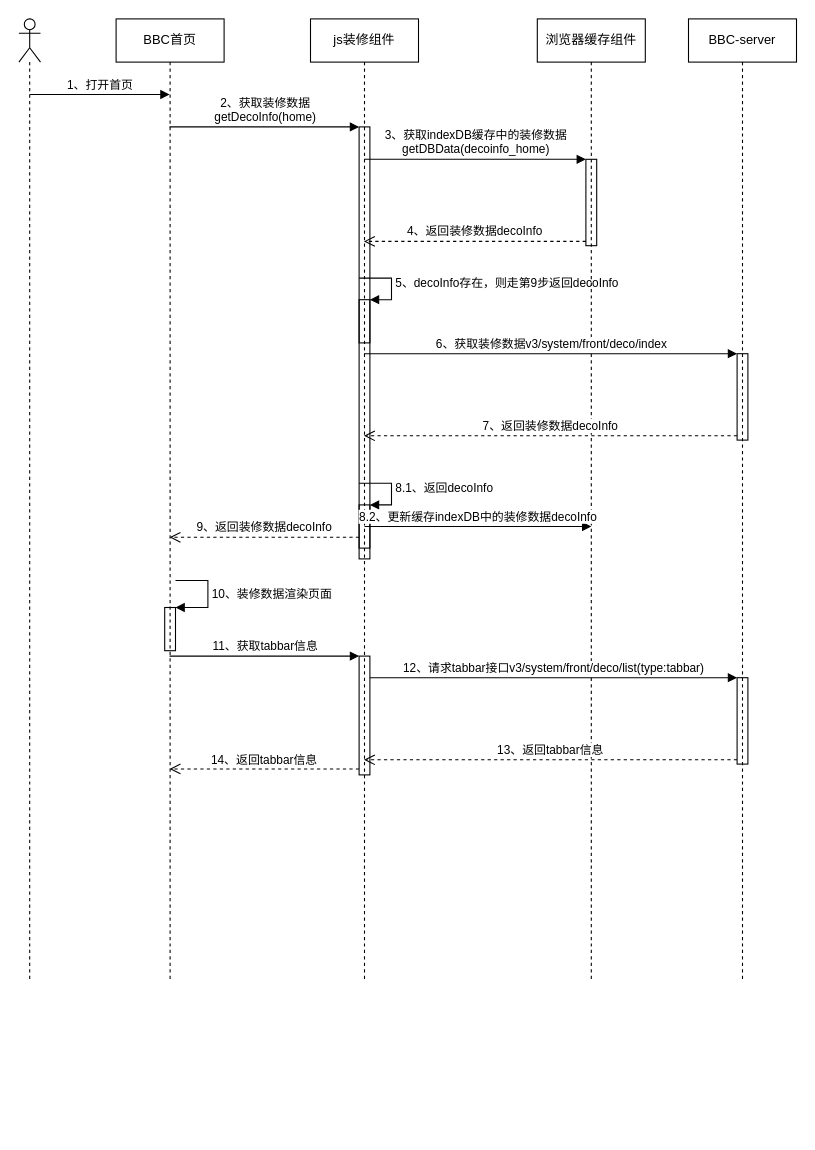
huturenji/drawio keeps this draw.io diagram as page "BBC首页加载流程" (4 of 5) of B+流程图.drawio. Above is the earlier version. Source tidied: cells renumbered, new cells numbered last; positions are measured from the earlier drawing's top-left corner, leaving out a move shared by most shapes. Both pictures are drawn from the tidied source at 108%, with x=0, y=0 at pixel (18, 18).
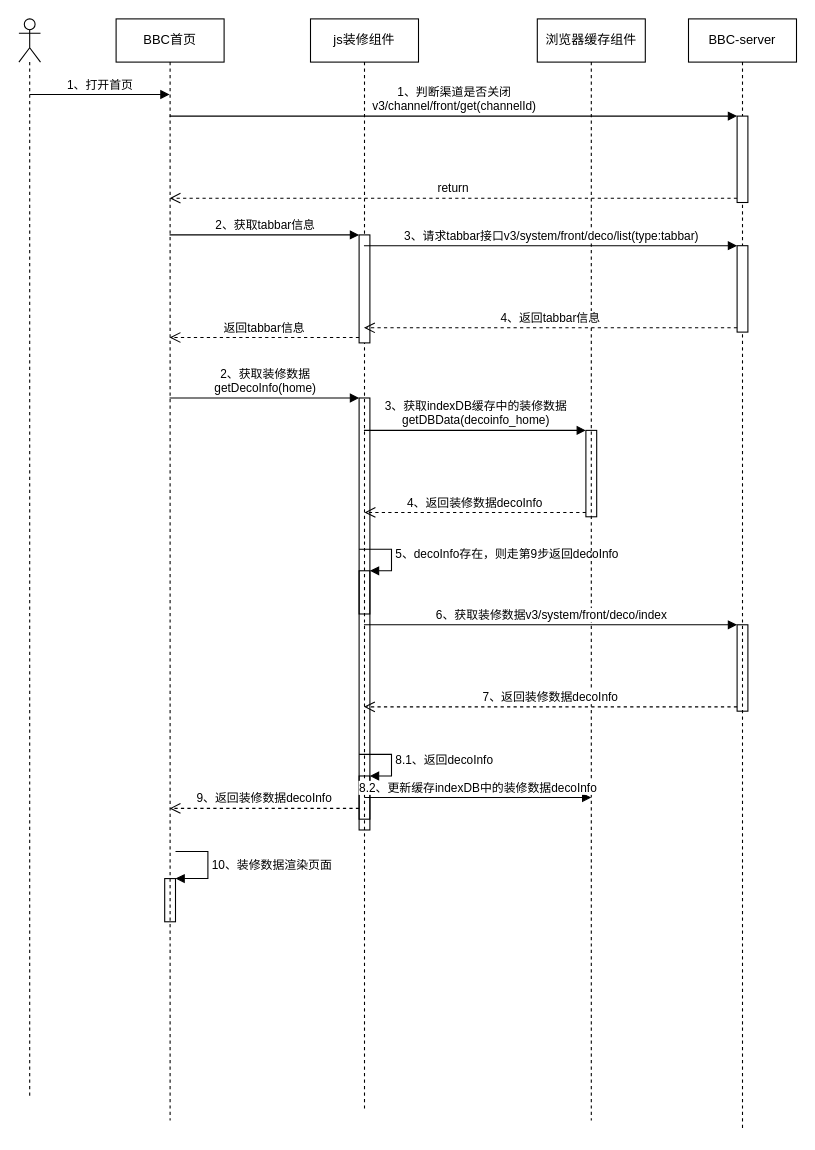
The same page after the edit.

Commit message:
更新B+流程图.drawio

Diff of the diagram source:
```diff
@@
     <mxCell id="2" style="shape=umlLifeline;participant=umlActor;perimeter=lifelinePerimeter;whiteSpace=wrap;html=1;verticalAlign=top;spacingTop=36;fillColor=none;" parent="1" vertex="1">
-      <mxGeometry width="20" height="890" as="geometry" />
+      <mxGeometry width="20" height="1000" as="geometry" />
     </mxCell>
@@
     <mxCell id="4" value="BBC首页" style="shape=umlLifeline;perimeter=lifelinePerimeter;whiteSpace=wrap;html=1;outlineConnect=0;fillColor=none;" parent="1" vertex="1">
-      <mxGeometry x="90" width="100" height="890" as="geometry" />
+      <mxGeometry x="90" width="100" height="1020" as="geometry" />
     </mxCell>
     <mxCell id="5" style="html=1;points=[];perimeter=orthogonalPerimeter;fillColor=none;" parent="4" vertex="1">
-      <mxGeometry x="45" y="545" width="10" height="40" as="geometry" />
+      <mxGeometry x="45" y="796" width="10" height="40" as="geometry" />
     </mxCell>
     <mxCell id="6" value="10、装修数据渲染页面" style="edgeStyle=orthogonalEdgeStyle;html=1;align=left;spacingLeft=2;endArrow=block;rounded=0;entryX=1;entryY=0;" parent="4" edge="1" target="5">
       <mxGeometry relative="1" as="geometry">
-        <mxPoint x="55" y="520" as="sourcePoint" />
+        <mxPoint x="55" y="771" as="sourcePoint" />
         <Array as="points">
-          <mxPoint x="85" y="520" />
+          <mxPoint x="85" y="771" />
         </Array>
       </mxGeometry>
     </mxCell>
     <mxCell id="7" value="js装修组件" style="shape=umlLifeline;perimeter=lifelinePerimeter;whiteSpace=wrap;html=1;outlineConnect=0;fillColor=none;" parent="1" vertex="1">
-      <mxGeometry x="270" width="100" height="890" as="geometry" />
+      <mxGeometry x="270" width="100" height="1010" as="geometry" />
     </mxCell>
     <mxCell id="8" style="html=1;points=[];perimeter=orthogonalPerimeter;fillColor=none;" parent="7" vertex="1">
-      <mxGeometry x="45" y="100" width="10" height="400" as="geometry" />
+      <mxGeometry x="45" y="351" width="10" height="400" as="geometry" />
     </mxCell>
     <mxCell id="9" style="html=1;points=[];perimeter=orthogonalPerimeter;fillColor=none;" parent="7" vertex="1">
-      <mxGeometry x="45" y="260" width="10" height="40" as="geometry" />
+      <mxGeometry x="45" y="511" width="10" height="40" as="geometry" />
     </mxCell>
     <mxCell id="10" value="5、decoInfo存在，则走第9步返回decoInfo" style="edgeStyle=orthogonalEdgeStyle;html=1;align=left;spacingLeft=2;endArrow=block;rounded=0;entryX=1;entryY=0;" parent="7" edge="1" target="9">
       <mxGeometry relative="1" as="geometry">
-        <mxPoint x="45" y="240" as="sourcePoint" />
+        <mxPoint x="45" y="491" as="sourcePoint" />
         <Array as="points">
-          <mxPoint x="75" y="240" />
+          <mxPoint x="75" y="491" />
         </Array>
       </mxGeometry>
     </mxCell>
     <mxCell id="11" style="html=1;points=[];perimeter=orthogonalPerimeter;fillColor=none;" parent="7" vertex="1">
-      <mxGeometry x="45" y="450" width="10" height="40" as="geometry" />
+      <mxGeometry x="45" y="701" width="10" height="40" as="geometry" />
     </mxCell>
     <mxCell id="12" value="8.1、返回decoInfo" style="edgeStyle=orthogonalEdgeStyle;html=1;align=left;spacingLeft=2;endArrow=block;rounded=0;entryX=1;entryY=0;" parent="7" edge="1" target="11">
       <mxGeometry relative="1" as="geometry">
-        <mxPoint x="45" y="430" as="sourcePoint" />
+        <mxPoint x="45" y="681" as="sourcePoint" />
         <Array as="points">
-          <mxPoint x="75" y="430" />
+          <mxPoint x="75" y="681" />
         </Array>
       </mxGeometry>
     </mxCell>
-    <mxCell id="13" style="html=1;points=[];perimeter=orthogonalPerimeter;fillColor=none;" parent="7" vertex="1">
-      <mxGeometry x="45" y="590" width="10" height="110" as="geometry" />
-    </mxCell>
+    <mxCell id="30" style="html=1;points=[];perimeter=orthogonalPerimeter;" parent="7" vertex="1">
+      <mxGeometry x="45" y="200" width="10" height="100" as="geometry" />
+    </mxCell>
     <mxCell id="14" value="BBC-server" style="shape=umlLifeline;perimeter=lifelinePerimeter;whiteSpace=wrap;html=1;fillColor=none;" parent="1" vertex="1">
-      <mxGeometry x="620" width="100" height="890" as="geometry" />
+      <mxGeometry x="620" width="100" height="1030" as="geometry" />
     </mxCell>
     <mxCell id="15" style="html=1;points=[];perimeter=orthogonalPerimeter;fillColor=none;" parent="14" vertex="1">
-      <mxGeometry x="45" y="310" width="10" height="80" as="geometry" />
+      <mxGeometry x="45" y="561" width="10" height="80" as="geometry" />
     </mxCell>
-    <mxCell id="16" style="html=1;points=[];perimeter=orthogonalPerimeter;fillColor=none;" parent="14" vertex="1">
-      <mxGeometry x="45" y="610" width="10" height="80" as="geometry" />
-    </mxCell>
+    <mxCell id="31" style="html=1;points=[];perimeter=orthogonalPerimeter;" parent="14" vertex="1">
+      <mxGeometry x="45" y="90" width="10" height="80" as="geometry" />
+    </mxCell>
+    <mxCell id="32" style="html=1;points=[];perimeter=orthogonalPerimeter;" parent="14" vertex="1">
+      <mxGeometry x="45" y="210" width="10" height="80" as="geometry" />
+    </mxCell>
     <mxCell id="17" value="浏览器缓存组件" style="shape=umlLifeline;perimeter=lifelinePerimeter;whiteSpace=wrap;html=1;fillColor=none;" parent="1" vertex="1">
-      <mxGeometry x="480" width="100" height="890" as="geometry" />
+      <mxGeometry x="480" width="100" height="1020" as="geometry" />
     </mxCell>
     <mxCell id="18" style="html=1;points=[];perimeter=orthogonalPerimeter;fillColor=none;" parent="17" vertex="1">
-      <mxGeometry x="45" y="130" width="10" height="80" as="geometry" />
+      <mxGeometry x="45" y="381" width="10" height="80" as="geometry" />
     </mxCell>
     <mxCell id="19" value="8.2、更新缓存indexDB中的装修数据decoInfo" style="html=1;verticalAlign=bottom;endArrow=block;rounded=0;" parent="17" edge="1">
       <mxGeometry relative="1" as="geometry">
-        <mxPoint x="-160" y="470" as="sourcePoint" />
-        <mxPoint x="50" y="470" as="targetPoint" />
+        <mxPoint x="-160" y="721" as="sourcePoint" />
+        <mxPoint x="50" y="721" as="targetPoint" />
       </mxGeometry>
     </mxCell>
@@
-    <mxCell id="21" value="4、返回装修数据decoInfo" style="html=1;verticalAlign=bottom;endArrow=open;dashed=1;endSize=8;exitX=0;exitY=0.95;rounded=0;" parent="1" edge="1" source="18" target="7">
-      <mxGeometry relative="1" as="geometry" />
+    <mxCell id="21" value="4、返回装修数据decoInfo" style="html=1;verticalAlign=bottom;endArrow=open;dashed=1;endSize=8;exitX=0;exitY=0.95;rounded=0;" parent="1" edge="1" source="18">
+      <mxGeometry relative="1" as="geometry">
+        <mxPoint x="320" y="457" as="targetPoint" />
+      </mxGeometry>
     </mxCell>
-    <mxCell id="22" value="2、获取装修数据&lt;br&gt;getDecoInfo(home)" style="html=1;verticalAlign=bottom;endArrow=block;entryX=0;entryY=0;rounded=0;" parent="1" edge="1" source="4" target="8">
-      <mxGeometry relative="1" as="geometry" />
+    <mxCell id="22" value="2、获取装修数据&lt;br&gt;getDecoInfo(home)" style="html=1;verticalAlign=bottom;endArrow=block;entryX=0;entryY=0;rounded=0;" parent="1" edge="1" target="8">
+      <mxGeometry relative="1" as="geometry">
+        <mxPoint x="139.5" y="351" as="sourcePoint" />
+      </mxGeometry>
     </mxCell>
-    <mxCell id="23" value="9、返回装修数据decoInfo" style="html=1;verticalAlign=bottom;endArrow=open;dashed=1;endSize=8;exitX=0;exitY=0.95;rounded=0;" parent="1" edge="1" source="8" target="4">
-      <mxGeometry relative="1" as="geometry" />
+    <mxCell id="23" value="9、返回装修数据decoInfo" style="html=1;verticalAlign=bottom;endArrow=open;dashed=1;endSize=8;exitX=0;exitY=0.95;rounded=0;" parent="1" edge="1" source="8">
+      <mxGeometry relative="1" as="geometry">
+        <mxPoint x="139.5" y="731" as="targetPoint" />
+      </mxGeometry>
     </mxCell>
-    <mxCell id="24" value="6、获取装修数据v3/system/front/deco/index" style="html=1;verticalAlign=bottom;endArrow=block;entryX=0;entryY=0;rounded=0;" parent="1" edge="1" source="7" target="15">
-      <mxGeometry relative="1" as="geometry" />
+    <mxCell id="24" value="6、获取装修数据v3/system/front/deco/index" style="html=1;verticalAlign=bottom;endArrow=block;entryX=0;entryY=0;rounded=0;" parent="1" edge="1" target="15">
+      <mxGeometry relative="1" as="geometry">
+        <mxPoint x="319.5" y="561" as="sourcePoint" />
+      </mxGeometry>
     </mxCell>
-    <mxCell id="25" value="7、返回装修数据decoInfo" style="html=1;verticalAlign=bottom;endArrow=open;dashed=1;endSize=8;exitX=0;exitY=0.95;rounded=0;" parent="1" edge="1" source="15" target="7">
-      <mxGeometry relative="1" as="geometry" />
+    <mxCell id="25" value="7、返回装修数据decoInfo" style="html=1;verticalAlign=bottom;endArrow=open;dashed=1;endSize=8;exitX=0;exitY=0.95;rounded=0;" parent="1" edge="1" source="15">
+      <mxGeometry relative="1" as="geometry">
+        <mxPoint x="319.5" y="637" as="targetPoint" />
+      </mxGeometry>
     </mxCell>
-    <mxCell id="26" value="11、获取tabbar信息" style="html=1;verticalAlign=bottom;endArrow=block;entryX=0;entryY=0;rounded=0;" parent="1" edge="1" source="4" target="13">
-      <mxGeometry relative="1" as="geometry" />
-    </mxCell>
-    <mxCell id="27" value="14、返回tabbar信息" style="html=1;verticalAlign=bottom;endArrow=open;dashed=1;endSize=8;exitX=0;exitY=0.95;rounded=0;" parent="1" edge="1" source="13" target="4">
-      <mxGeometry relative="1" as="geometry" />
-    </mxCell>
-    <mxCell id="28" value="12、请求tabbar接口v3/system/front/deco/list(type:tabbar)" style="html=1;verticalAlign=bottom;endArrow=block;entryX=0;entryY=0;rounded=0;" parent="1" edge="1" source="13" target="16">
-      <mxGeometry relative="1" as="geometry" />
-    </mxCell>
-    <mxCell id="29" value="13、返回tabbar信息" style="html=1;verticalAlign=bottom;endArrow=open;dashed=1;endSize=8;exitX=0;exitY=0.95;rounded=0;" parent="1" edge="1" source="16" target="7">
-      <mxGeometry relative="1" as="geometry" />
-    </mxCell>
+    <mxCell id="33" value="1、判断渠道是否关闭&lt;br&gt;&lt;span style=&quot;font-size: 11px;&quot;&gt;v3/channel/front/get(channelId)&lt;/span&gt;" style="html=1;verticalAlign=bottom;endArrow=block;entryX=0;entryY=0;rounded=0;" parent="1" edge="1" source="4" target="31">
+      <mxGeometry relative="1" as="geometry" />
+    </mxCell>
+    <mxCell id="34" value="return" style="html=1;verticalAlign=bottom;endArrow=open;dashed=1;endSize=8;exitX=0;exitY=0.95;rounded=0;" parent="1" edge="1" source="31" target="4">
+      <mxGeometry relative="1" as="geometry" />
+    </mxCell>
+    <mxCell id="35" value="2、获取tabbar信息" style="html=1;verticalAlign=bottom;endArrow=block;entryX=0;entryY=0;rounded=0;" parent="1" edge="1" source="4" target="30">
+      <mxGeometry relative="1" as="geometry" />
+    </mxCell>
+    <mxCell id="36" value="返回tabbar信息" style="html=1;verticalAlign=bottom;endArrow=open;dashed=1;endSize=8;exitX=0;exitY=0.95;rounded=0;" parent="1" edge="1" source="30" target="4">
+      <mxGeometry relative="1" as="geometry" />
+    </mxCell>
+    <mxCell id="37" value="3、请求tabbar接口v3/system/front/deco/list(type:tabbar)" style="html=1;verticalAlign=bottom;endArrow=block;entryX=0;entryY=0;rounded=0;" parent="1" edge="1" source="7" target="32">
+      <mxGeometry relative="1" as="geometry" />
+    </mxCell>
+    <mxCell id="38" value="4、返回tabbar信息" style="html=1;verticalAlign=bottom;endArrow=open;dashed=1;endSize=8;exitX=0;exitY=0.95;rounded=0;" parent="1" edge="1" source="32" target="7">
+      <mxGeometry relative="1" as="geometry" />
+    </mxCell>
```
